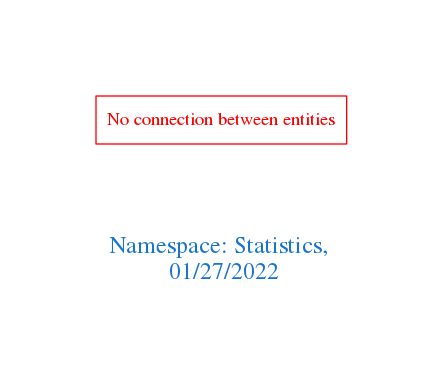
Above: downloads/Statistics.png in arago/OGIT (Graphviz), before the change. Its source is kept beside it as downloads/Statistics.dot.
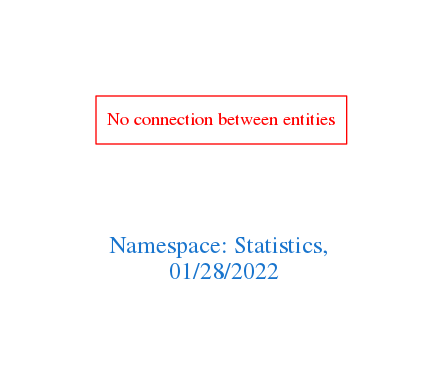
After the change.

Diff of the diagram source:
```diff
@@ -1,7 +1,7 @@
 digraph OGIT_ontology {
  graph [ rankdir= LR,pad=1
 fontsize = 18,
-fontcolor= dodgerblue3,label = "\n\n\nNamespace: Statistics, \n 01/27/2022"];
+fontcolor= dodgerblue3,label = "\n\n\nNamespace: Statistics, \n 01/28/2022"];
 node[shape=polygon];
 edge [  color="gray81"];
 
```
